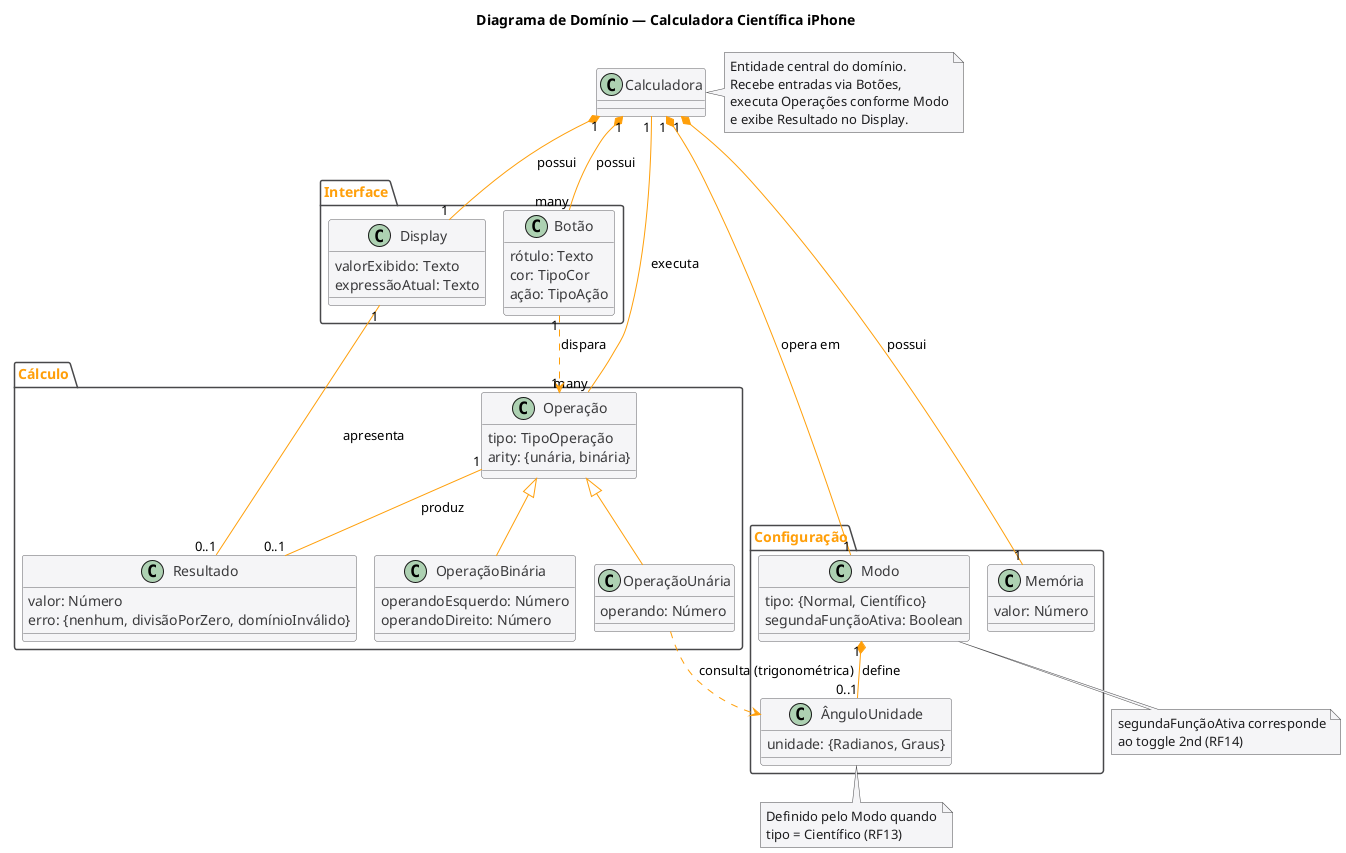
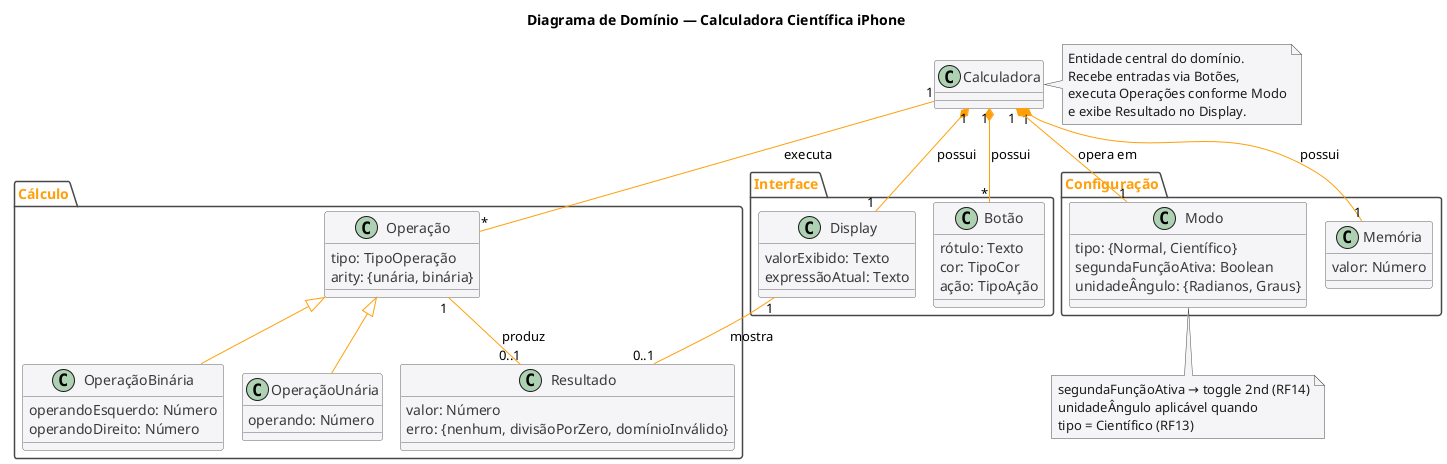
@startuml domain
!pragma layout smetana

skinparam backgroundColor #FFFFFF
skinparam ClassBackgroundColor #F5F5F7
skinparam ClassBorderColor #636366
skinparam ClassFontColor #1C1C1E
skinparam ClassAttributeFontColor #3A3A3C
skinparam ArrowColor #FF9F0A
skinparam PackageBorderColor #48484A
skinparam PackageFontColor #FF9F0A
skinparam NoteBackgroundColor #F5F5F7
skinparam NoteBorderColor #48484A
skinparam NoteFontColor #1C1C1E

title Diagrama de Domínio — Calculadora Científica iPhone

package "Interface" {
    class Display {
        valorExibido: Texto
        expressãoAtual: Texto
    }

    class Botão {
        rótulo: Texto
        cor: TipoCor
        ação: TipoAção
    }
}

package "Cálculo" {
    class Operação {
        tipo: TipoOperação
        arity: {unária, binária}
    }

    class OperaçãoBinária {
        operandoEsquerdo: Número
        operandoDireito: Número
    }

    class OperaçãoUnária {
        operando: Número
    }

    class Resultado {
        valor: Número
        erro: {nenhum, divisãoPorZero, domínioInválido}
    }

    Operação <|-- OperaçãoBinária
    Operação <|-- OperaçãoUnária
}

package "Configuração" {
    class Modo {
        tipo: {Normal, Científico}
        segundaFunçãoAtiva: Boolean
-     }
- 
-     class ÂnguloUnidade {
-         unidade: {Radianos, Graus}
+         unidadeÂngulo: {Radianos, Graus}
    }

    class Memória {
        valor: Número
    }
}

class Calculadora {
}

Calculadora "1" *-- "1" Display : possui
Calculadora "1" *-- "1" Memória : possui
Calculadora "1" *-- "1" Modo : opera em
- Calculadora "1" *-- "many" Botão : possui
- Calculadora "1" -- "many" Operação : executa
- 
- Modo "1" *-- "0..1" ÂnguloUnidade : define
+ Calculadora "1" *-- "*" Botão : possui
+ Calculadora "1" -- "*" Operação : executa

Operação "1" -- "0..1" Resultado : produz
- Display "1" -- "0..1" Resultado : apresenta
- Botão "1" ..> "1" Operação : dispara
- OperaçãoUnária ..> ÂnguloUnidade : consulta (trigonométrica)
+ Display "1" -- "0..1" Resultado : mostra

note right of Calculadora
  Entidade central do domínio.
  Recebe entradas via Botões,
  executa Operações conforme Modo
  e exibe Resultado no Display.
end note

note bottom of Modo
-   segundaFunçãoAtiva corresponde
-   ao toggle 2nd (RF14)
- end note
- 
- note bottom of ÂnguloUnidade
-   Definido pelo Modo quando
+   segundaFunçãoAtiva → toggle 2nd (RF14)
+   unidadeÂngulo aplicável quando
  tipo = Científico (RF13)
end note

@enduml
